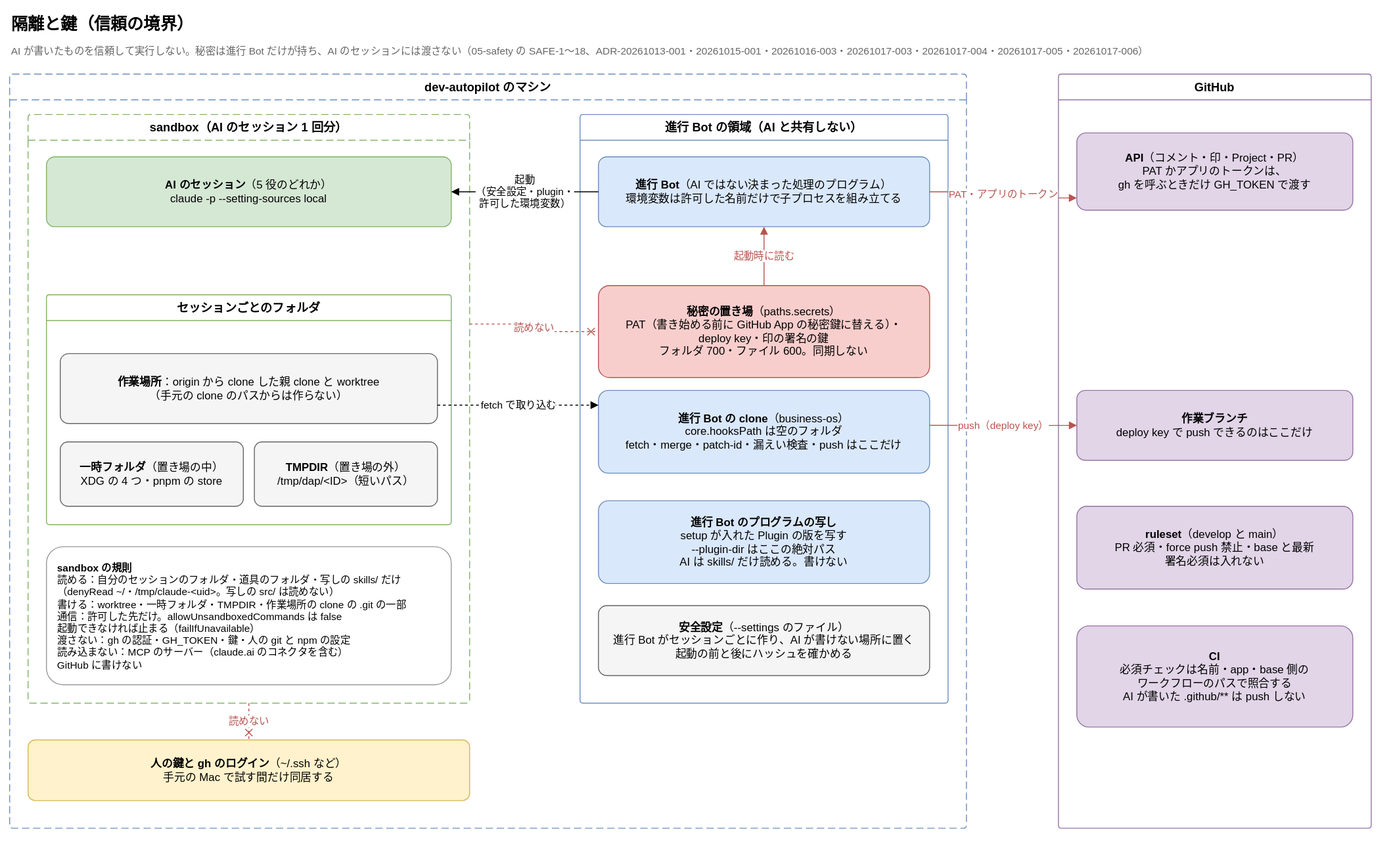
Before: docs/diagrams/isolation-and-keys.drawio.svg, a diagram exported from draw.io (Joymerrevent/dev-autopilot). Source tidied: cells renumbered, new cells last; positions are measured from the earlier drawing's top-left corner, leaving out a move shared by most shapes.
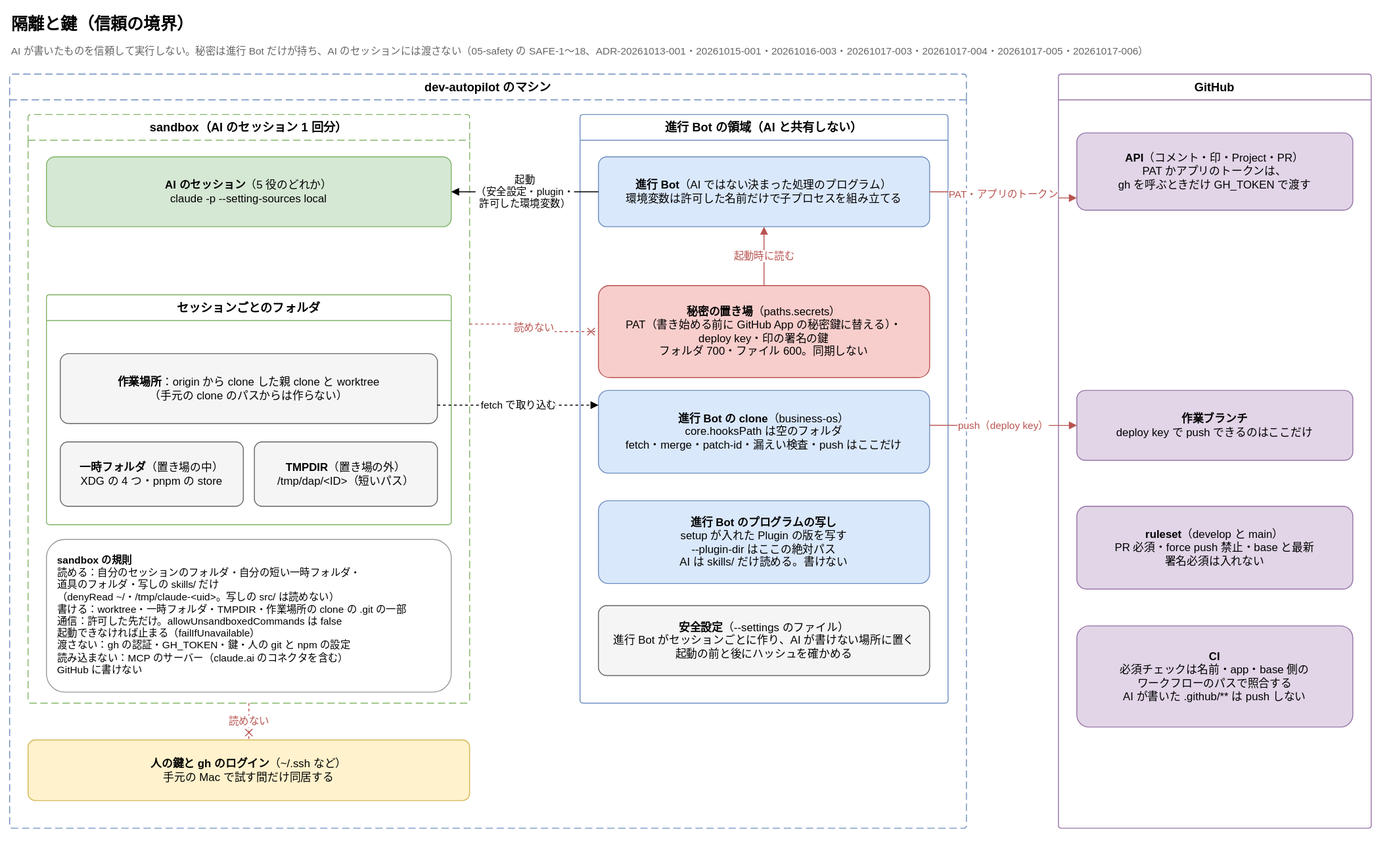
The same file after the commit.

Diff of the diagram source:
```diff
@@ -29,8 +29,8 @@
     <mxCell id="10" value="&lt;b&gt;TMPDIR&lt;/b&gt;（置き場の外）&lt;br&gt;/tmp/dap/&amp;lt;ID&amp;gt;（短いパス）" style="rounded=1;whiteSpace=wrap;html=1;fontSize=12;arcSize=12;fillColor=#f5f5f5;strokeColor=#666666;spacing=12;" parent="7" vertex="1">
       <mxGeometry x="226" y="160" width="199" height="70" as="geometry" />
     </mxCell>
-    <mxCell id="11" value="&lt;b&gt;sandbox の規則&lt;/b&gt;&lt;br&gt;読める：自分のセッションのフォルダ・道具のフォルダ・写しの skills/ だけ&lt;br&gt;（denyRead ~/・/tmp/claude-&amp;lt;uid&amp;gt;。写しの src/ は読めない）&lt;br&gt;書ける：worktree・一時フォルダ・TMPDIR・作業場所の clone の .git の一部&lt;br&gt;通信：許可した先だけ。allowUnsandboxedCommands は false&lt;br&gt;起動できなければ止まる（failIfUnavailable）&lt;br&gt;渡さない：gh の認証・GH_TOKEN・鍵・人の git と npm の設定&lt;br&gt;読み込まない：MCP のサーバー（claude.ai のコネクタを含む）&lt;br&gt;GitHub に書けない" style="rounded=1;whiteSpace=wrap;html=1;fontSize=12;arcSize=12;align=left;verticalAlign=top;fontSize=11;fillColor=#ffffff;strokeColor=#999999;spacing=12;" parent="5" vertex="1">
-      <mxGeometry x="20" y="470" width="440" height="150" as="geometry" />
+    <mxCell id="11" value="&lt;b&gt;sandbox の規則&lt;/b&gt;&lt;br&gt;読める：自分のセッションのフォルダ・自分の短い一時フォルダ・&lt;br&gt;道具のフォルダ・写しの skills/ だけ&lt;br&gt;（denyRead ~/・/tmp/claude-&amp;lt;uid&amp;gt;。写しの src/ は読めない）&lt;br&gt;書ける：worktree・一時フォルダ・TMPDIR・作業場所の clone の .git の一部&lt;br&gt;通信：許可した先だけ。allowUnsandboxedCommands は false&lt;br&gt;起動できなければ止まる（failIfUnavailable）&lt;br&gt;渡さない：gh の認証・GH_TOKEN・鍵・人の git と npm の設定&lt;br&gt;読み込まない：MCP のサーバー（claude.ai のコネクタを含む）&lt;br&gt;GitHub に書けない" style="rounded=1;whiteSpace=wrap;html=1;fontSize=12;arcSize=12;align=left;verticalAlign=top;fontSize=11;fillColor=#ffffff;strokeColor=#999999;spacing=12;" parent="5" vertex="1">
+      <mxGeometry x="20" y="462" width="440" height="166" as="geometry" />
     </mxCell>
     <mxCell id="12" value="進行 Bot の領域（AI と共有しない）" style="swimlane;startSize=28;html=1;whiteSpace=wrap;rounded=1;arcSize=4;fontStyle=1;fontSize=13;strokeColor=#6c8ebf;fillColor=none;swimlaneFillColor=none;" parent="4" vertex="1">
       <mxGeometry x="620" y="44" width="400" height="640" as="geometry" />
```
